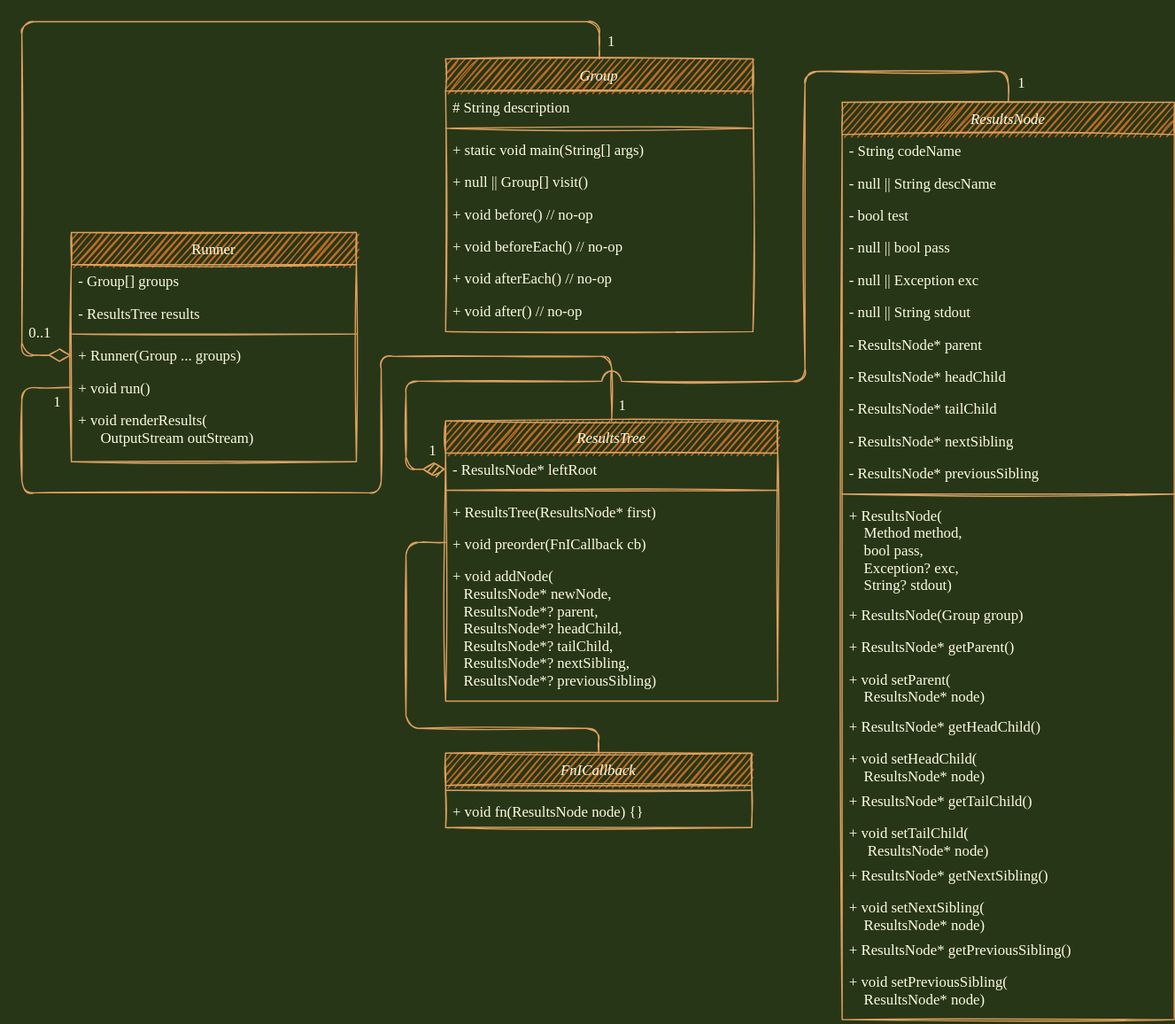
Before: uml.drawio.svg, a diagram exported from draw.io (andrew-chang-dewitt/jspec). Source tidied: cells renumbered, new cells last; positions are measured from the earlier drawing's top-left corner, leaving out a move shared by most shapes.
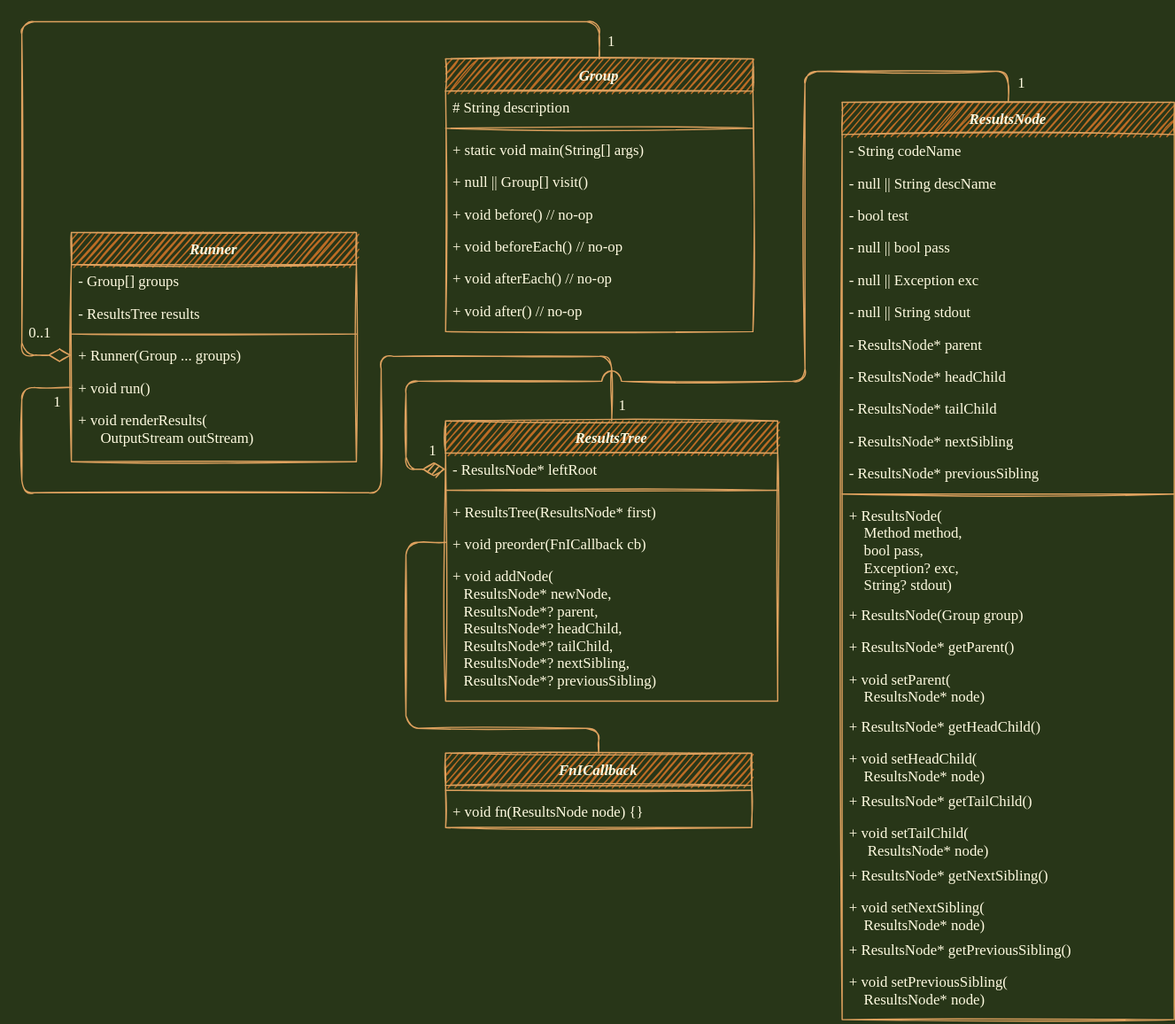
The same file after the commit.

Commit message:
Improve readability.

Diff of the diagram source:
```diff
@@ -11,7 +11,7 @@
         </Array>
       </mxGeometry>
     </mxCell>
-    <mxCell id="3" value="Group" style="swimlane;fontStyle=2;align=center;verticalAlign=top;horizontal=1;startSize=26;rounded=0;shadow=0;strokeWidth=1;fillColor=#BC6C25;strokeColor=#DDA15E;fontColor=#FEFAE0;sketch=1;fontFamily=Fira Code;fontSource=https%3A%2F%2Ffonts.googleapis.com%2Fcss%3Ffamily%3DFira%2BCode;" parent="1" vertex="1">
+    <mxCell id="3" value="Group" style="swimlane;fontStyle=3;align=center;verticalAlign=top;horizontal=1;startSize=26;rounded=0;shadow=0;strokeWidth=1;fillColor=#BC6C25;strokeColor=#DDA15E;fontColor=#FEFAE0;sketch=1;fontFamily=Fira Code;fontSource=https%3A%2F%2Ffonts.googleapis.com%2Fcss%3Ffamily%3DFira%2BCode;" parent="1" vertex="1">
       <mxGeometry x="342" y="30" width="248" height="220" as="geometry" />
     </mxCell>
     <mxCell id="4" value="# String description" style="text;align=left;verticalAlign=top;spacingLeft=4;spacingRight=4;overflow=hidden;rounded=0;fontColor=#FEFAE0;sketch=1;fontFamily=Fira Code;fontSource=https%3A%2F%2Ffonts.googleapis.com%2Fcss%3Ffamily%3DFira%2BCode;" parent="3" vertex="1">
@@ -38,7 +38,7 @@
     <mxCell id="11" value="+ void after() // no-op" style="text;align=left;verticalAlign=top;spacingLeft=4;spacingRight=4;overflow=hidden;rounded=0;fontColor=#FEFAE0;sketch=1;fontFamily=Fira Code;fontSource=https%3A%2F%2Ffonts.googleapis.com%2Fcss%3Ffamily%3DFira%2BCode;" parent="3" vertex="1">
       <mxGeometry y="190" width="248" height="26" as="geometry" />
     </mxCell>
-    <mxCell id="12" value="Runner" style="swimlane;fontStyle=0;align=center;verticalAlign=top;horizontal=1;startSize=26;rounded=0;shadow=0;strokeWidth=1;fillColor=#BC6C25;strokeColor=#DDA15E;fontColor=#FEFAE0;sketch=1;fontFamily=Fira Code;fontSource=https%3A%2F%2Ffonts.googleapis.com%2Fcss%3Ffamily%3DFira%2BCode;" parent="1" vertex="1">
+    <mxCell id="12" value="Runner" style="swimlane;fontStyle=3;align=center;verticalAlign=top;horizontal=1;startSize=26;rounded=0;shadow=0;strokeWidth=1;fillColor=#BC6C25;strokeColor=#DDA15E;fontColor=#FEFAE0;sketch=1;fontFamily=Fira Code;fontSource=https%3A%2F%2Ffonts.googleapis.com%2Fcss%3Ffamily%3DFira%2BCode;labelBackgroundColor=none;labelBorderColor=none;" parent="1" vertex="1">
       <mxGeometry x="40" y="170" width="230" height="185" as="geometry" />
     </mxCell>
     <mxCell id="13" value="- Group[] groups" style="text;align=left;verticalAlign=top;spacingLeft=4;spacingRight=4;overflow=hidden;rounded=0;fontColor=#FEFAE0;sketch=1;fontFamily=Fira Code;fontSource=https%3A%2F%2Ffonts.googleapis.com%2Fcss%3Ffamily%3DFira%2BCode;" parent="12" vertex="1">
@@ -76,7 +76,7 @@
         </Array>
       </mxGeometry>
     </mxCell>
-    <mxCell id="22" value="ResultsTree" style="swimlane;fontStyle=2;align=center;verticalAlign=top;horizontal=1;startSize=26;rounded=0;shadow=0;strokeWidth=1;fillColor=#BC6C25;strokeColor=#DDA15E;fontColor=#FEFAE0;sketch=1;fontFamily=Fira Code;fontSource=https%3A%2F%2Ffonts.googleapis.com%2Fcss%3Ffamily%3DFira%2BCode;" parent="1" vertex="1">
+    <mxCell id="22" value="ResultsTree" style="swimlane;fontStyle=3;align=center;verticalAlign=top;horizontal=1;startSize=26;rounded=0;shadow=0;strokeWidth=1;fillColor=#BC6C25;strokeColor=#DDA15E;fontColor=#FEFAE0;sketch=1;fontFamily=Fira Code;fontSource=https%3A%2F%2Ffonts.googleapis.com%2Fcss%3Ffamily%3DFira%2BCode;" parent="1" vertex="1">
       <mxGeometry x="342" y="322" width="268" height="226" as="geometry" />
     </mxCell>
     <mxCell id="23" value="- ResultsNode* leftRoot" style="text;align=left;verticalAlign=top;spacingLeft=4;spacingRight=4;overflow=hidden;points=[[0,0.5],[1,0.5]];portConstraint=eastwest;rounded=0;fontColor=#FEFAE0;sketch=1;fontFamily=Fira Code;fontSource=https%3A%2F%2Ffonts.googleapis.com%2Fcss%3Ffamily%3DFira%2BCode;" parent="22" vertex="1">
@@ -111,7 +111,7 @@
         </Array>
       </mxGeometry>
     </mxCell>
-    <mxCell id="31" value="ResultsNode" style="swimlane;fontStyle=2;align=center;verticalAlign=top;horizontal=1;startSize=26;rounded=0;shadow=0;strokeWidth=1;fillColor=#BC6C25;strokeColor=#DDA15E;fontColor=#FEFAE0;sketch=1;fontFamily=Fira Code;fontSource=https%3A%2F%2Ffonts.googleapis.com%2Fcss%3Ffamily%3DFira%2BCode;" parent="1" vertex="1">
+    <mxCell id="31" value="ResultsNode" style="swimlane;fontStyle=3;align=center;verticalAlign=top;horizontal=1;startSize=26;rounded=0;shadow=0;strokeWidth=1;fillColor=#BC6C25;strokeColor=#DDA15E;fontColor=#FEFAE0;sketch=1;fontFamily=Fira Code;fontSource=https%3A%2F%2Ffonts.googleapis.com%2Fcss%3Ffamily%3DFira%2BCode;" parent="1" vertex="1">
       <mxGeometry x="662" y="65" width="268" height="740" as="geometry" />
     </mxCell>
     <mxCell id="32" value="- String codeName" style="text;align=left;verticalAlign=top;spacingLeft=4;spacingRight=4;overflow=hidden;rounded=0;fontColor=#FEFAE0;sketch=1;fontFamily=Fira Code;fontSource=https%3A%2F%2Ffonts.googleapis.com%2Fcss%3Ffamily%3DFira%2BCode;" parent="31" vertex="1">
@@ -202,7 +202,7 @@
         </Array>
       </mxGeometry>
     </mxCell>
-    <mxCell id="59" value="FnICallback" style="swimlane;fontStyle=2;align=center;verticalAlign=top;horizontal=1;startSize=26;rounded=0;shadow=0;strokeWidth=1;fillColor=#BC6C25;strokeColor=#DDA15E;fontColor=#FEFAE0;sketch=1;fontFamily=Fira Code;fontSource=https%3A%2F%2Ffonts.googleapis.com%2Fcss%3Ffamily%3DFira%2BCode;" parent="1" vertex="1">
+    <mxCell id="59" value="FnICallback" style="swimlane;fontStyle=3;align=center;verticalAlign=top;horizontal=1;startSize=26;rounded=0;shadow=0;strokeWidth=1;fillColor=#BC6C25;strokeColor=#DDA15E;fontColor=#FEFAE0;sketch=1;fontFamily=Fira Code;fontSource=https%3A%2F%2Ffonts.googleapis.com%2Fcss%3Ffamily%3DFira%2BCode;" parent="1" vertex="1">
       <mxGeometry x="342" y="590" width="247" height="60" as="geometry" />
     </mxCell>
     <mxCell id="60" style="line;html=1;strokeWidth=1;align=left;verticalAlign=middle;spacingTop=-1;spacingLeft=3;spacingRight=3;labelPosition=right;rounded=0;labelBackgroundColor=#283618;fillColor=#BC6C25;strokeColor=#DDA15E;fontColor=#FEFAE0;sketch=1;fontFamily=Fira Code;fontSource=https%3A%2F%2Ffonts.googleapis.com%2Fcss%3Ffamily%3DFira%2BCode;" parent="59" vertex="1">
```
